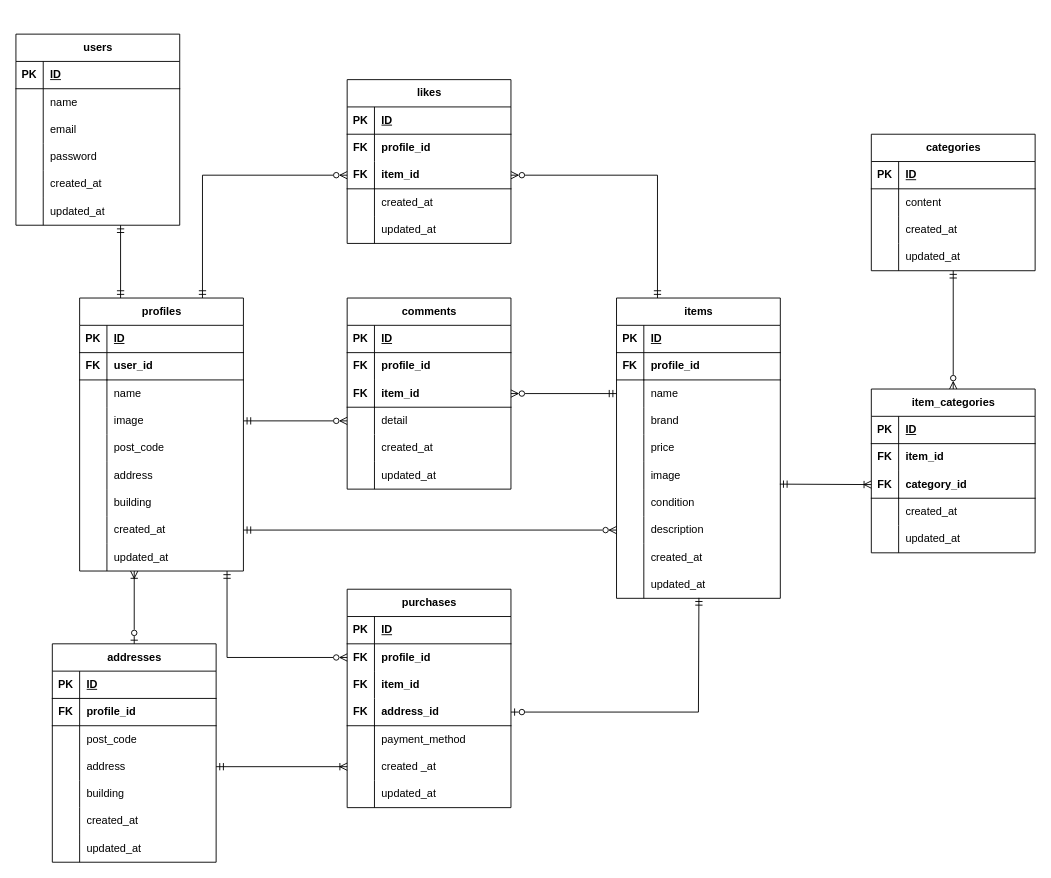
Above: flea-market.dio in ri0921/flea-market (draw.io), before the change. Source tidied: cells renumbered, new cells numbered last; positions are measured from the earlier drawing's top-left corner, leaving out a move shared by most shapes. Both pictures are drawn from the tidied source at 91%, with x=0, y=0 at pixel (15, 34).
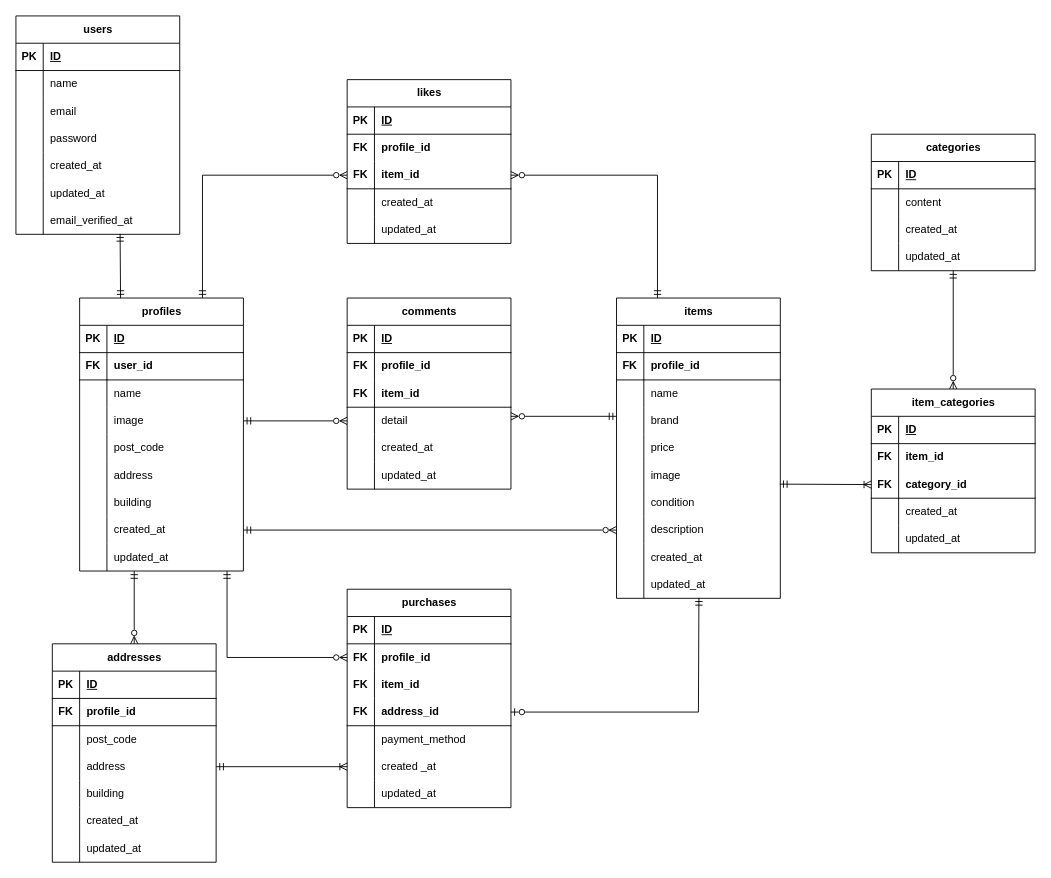
After the change.

Unchanged cells that the change refers to:
```xml
<mxCell id="3" value="profiles" style="shape=table;startSize=30;childLayout=tableLayout;rowLines=0;fontStyle=1;align=center;html=1;" parent="1" vertex="1">
  <mxGeometry x="70" y="290" width="180" height="300" as="geometry" />
</mxCell>
<mxCell id="54" style="shape=tableRow;horizontal=0;startSize=0;swimlaneHead=0;swimlaneBody=0;fillColor=none;points=[[0,0.5],[1,0.5]];portConstraint=eastwest;top=0;left=0;right=0;bottom=0;" parent="47" vertex="1">
  <mxGeometry y="90" width="180" height="30" as="geometry" />
</mxCell>
<mxCell id="73" style="shape=tableRow;horizontal=0;startSize=0;swimlaneHead=0;swimlaneBody=0;fillColor=none;points=[[0,0.5],[1,0.5]];portConstraint=eastwest;top=0;left=0;right=0;bottom=0;" parent="66" vertex="1">
  <mxGeometry y="90" width="180" height="30" as="geometry" />
</mxCell>
<mxCell id="159" value="addresses" style="shape=table;startSize=30;childLayout=tableLayout;rowLines=0;fontStyle=1;align=center;html=1;" parent="1" vertex="1">
  <mxGeometry x="40" y="670" width="180" height="240" as="geometry" />
</mxCell>
```

The edit, as a diff of the source:
```diff
@@
-    <mxCell id="134" style="edgeStyle=none;html=1;exitX=1;exitY=0.5;exitDx=0;exitDy=0;entryX=0;entryY=0.5;entryDx=0;entryDy=0;rounded=0;curved=0;endArrow=ERmandOne;endFill=0;startArrow=ERzeroToMany;startFill=0;" parent="1" edge="1" source="54" target="73">
-      <mxGeometry relative="1" as="geometry" />
+    <mxCell id="134" style="edgeStyle=none;html=1;exitX=1;exitY=0.5;exitDx=0;exitDy=0;entryX=0;entryY=0.5;entryDx=0;entryDy=0;rounded=0;curved=0;endArrow=ERmandOne;endFill=0;startArrow=ERzeroToMany;startFill=0;" parent="1" edge="1">
+      <mxGeometry relative="1" as="geometry">
+        <mxPoint x="544" y="420" as="sourcePoint" />
+        <mxPoint x="660" y="420" as="targetPoint" />
+      </mxGeometry>
     </mxCell>
@@
     <mxCell id="140" value="users" style="shape=table;startSize=30;childLayout=tableLayout;rowLines=0;fontStyle=1;align=center;html=1;" parent="1" vertex="1">
-      <mxGeometry width="180" height="210" as="geometry" />
+      <mxGeometry y="-20" width="180" height="240" as="geometry" />
     </mxCell>
@@
+    <mxCell id="202" style="shape=tableRow;horizontal=0;startSize=0;swimlaneHead=0;swimlaneBody=0;fillColor=none;points=[[0,0.5],[1,0.5]];portConstraint=eastwest;top=0;left=0;right=0;bottom=0;" parent="140" vertex="1">
+      <mxGeometry y="210" width="180" height="30" as="geometry" />
+    </mxCell>
+    <mxCell id="203" style="shape=partialRectangle;fillColor=none;top=0;left=0;bottom=0;right=0;overflow=hidden;whiteSpace=wrap;html=1;" parent="202" vertex="1">
+      <mxGeometry width="30" height="30" as="geometry" />
+    </mxCell>
+    <mxCell id="204" value="email_verified_at" style="shape=partialRectangle;fillColor=none;top=0;left=0;bottom=0;right=0;align=left;spacingLeft=6;overflow=hidden;whiteSpace=wrap;html=1;" parent="202" vertex="1">
+      <mxGeometry x="30" width="150" height="30" as="geometry" />
+    </mxCell>
@@
-    <mxCell id="181" style="edgeStyle=none;html=1;exitX=0.25;exitY=0;exitDx=0;exitDy=0;startArrow=ERmandOne;startFill=0;endArrow=ERmandOne;endFill=0;" parent="1" edge="1" source="3">
-      <mxGeometry relative="1" as="geometry">
-        <mxPoint x="115" y="210" as="targetPoint" />
-      </mxGeometry>
+    <mxCell id="181" style="edgeStyle=none;html=1;exitX=0.25;exitY=0;exitDx=0;exitDy=0;startArrow=ERmandOne;startFill=0;endArrow=ERmandOne;endFill=0;entryX=0.636;entryY=0.983;entryDx=0;entryDy=0;entryPerimeter=0;" parent="1" edge="1" source="3" target="202">
+      <mxGeometry relative="1" as="geometry" />
     </mxCell>
-    <mxCell id="182" style="edgeStyle=none;html=1;exitX=0.5;exitY=0;exitDx=0;exitDy=0;startArrow=ERzeroToOne;startFill=0;endArrow=ERoneToMany;endFill=0;" parent="1" edge="1" source="159">
+    <mxCell id="182" style="edgeStyle=none;html=1;exitX=0.5;exitY=0;exitDx=0;exitDy=0;startArrow=ERzeroToMany;startFill=0;endArrow=ERmandOne;endFill=0;" parent="1" edge="1" source="159">
       <mxGeometry relative="1" as="geometry">
         <mxPoint x="130" y="590" as="targetPoint" />
       </mxGeometry>
     </mxCell>
```
